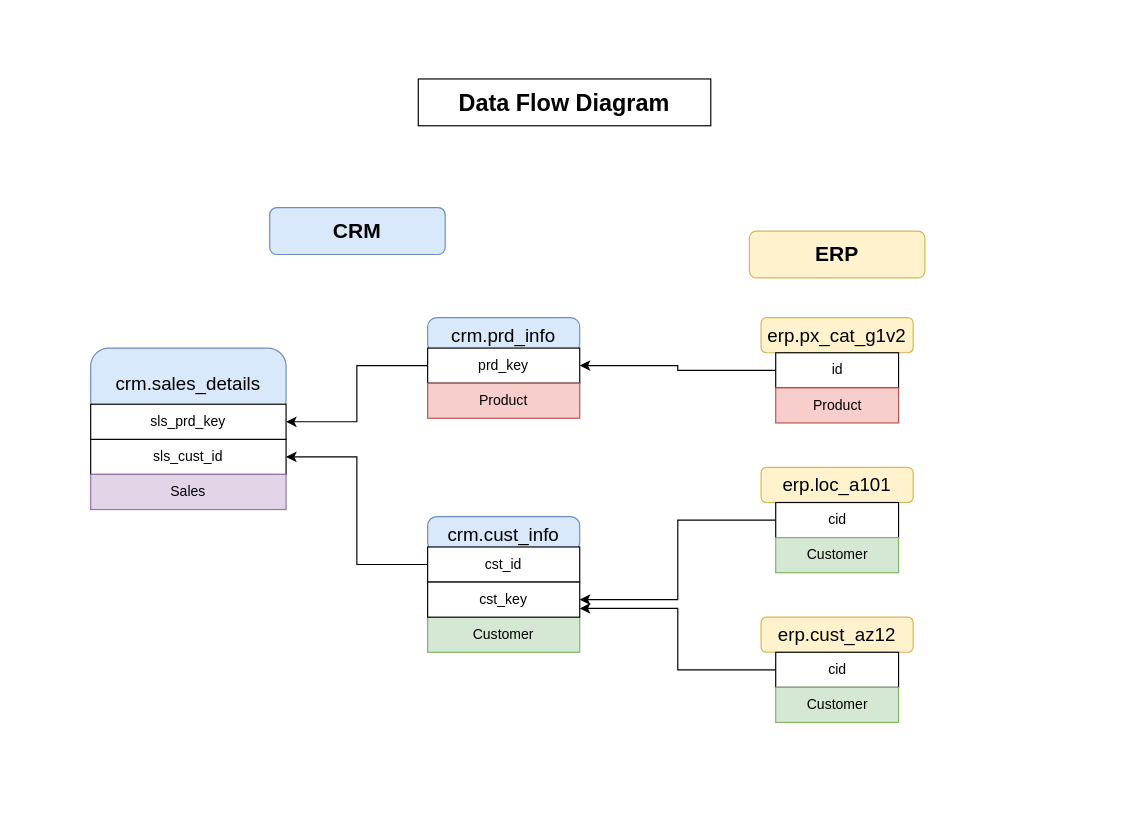
This is docs/Data Integration.drawio from Prabh-2004/sql-data-warehouse-project, a draw.io file, before an edit. Source tidied: cells renumbered, new cells numbered last; positions are measured from the earlier drawing's top-left corner, leaving out a move shared by most shapes. Both pictures are drawn from the tidied source at 117%, with x=0, y=0 at pixel (90, 78).
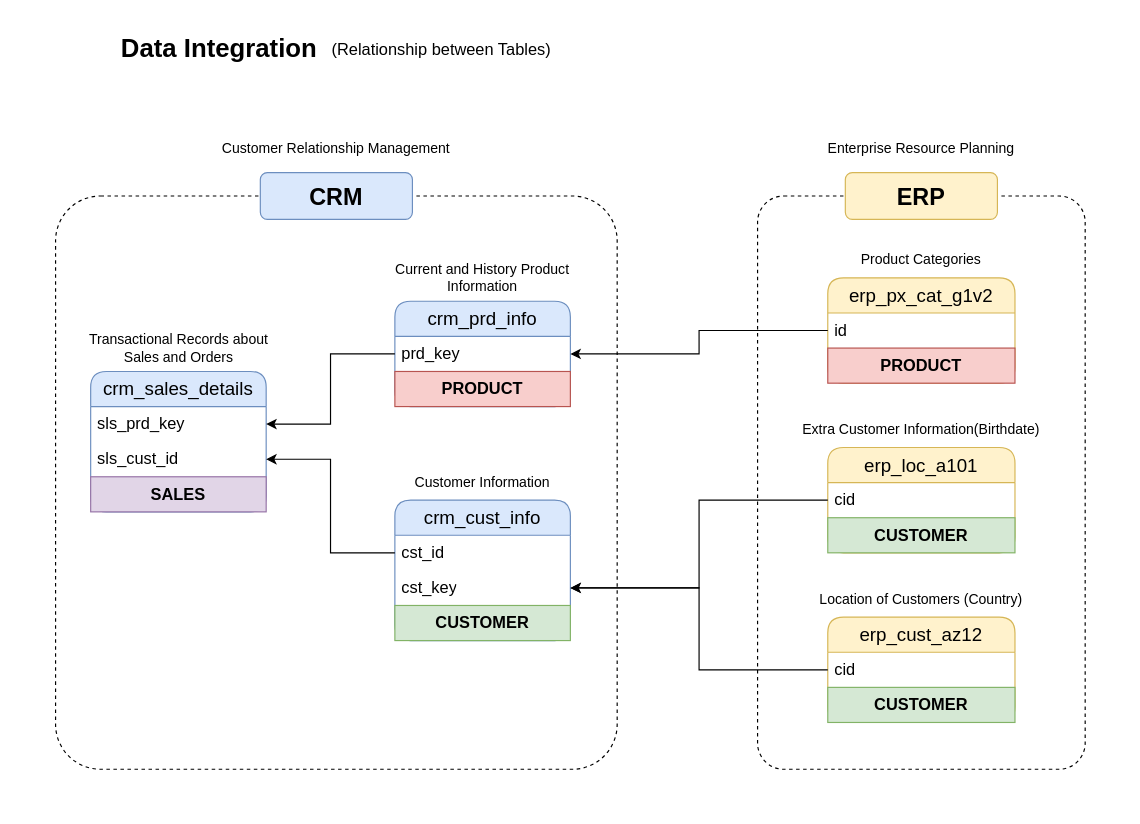
Above is the later version.

The edit, as a diff of the source:
```diff
@@
-    <mxCell id="2" value="Data Flow Diagram" style="whiteSpace=wrap;html=1;fontSize=20;fontStyle=1;fontColor=default;labelBackgroundColor=none;textShadow=0;fontFamily=Helvetica;gradientColor=none;gradientDirection=east;" parent="1" vertex="1">
-      <mxGeometry x="280" width="250" height="40" as="geometry" />
+    <mxCell id="2" value="Data Integration" style="whiteSpace=wrap;html=1;fontSize=22;fontStyle=1;fontColor=default;labelBackgroundColor=none;textShadow=0;fontFamily=Helvetica;gradientColor=none;gradientDirection=east;fillColor=none;strokeColor=none;" parent="1" vertex="1">
+      <mxGeometry y="-45" width="220" height="40" as="geometry" />
     </mxCell>
-    <mxCell id="3" value="crm.sales_details" style="rounded=1;whiteSpace=wrap;html=1;fontSize=16;fillColor=#dae8fc;strokeColor=#6c8ebf;fillStyle=auto;arcSize=26;" parent="1" vertex="1">
-      <mxGeometry y="230" width="167" height="60" as="geometry" />
-    </mxCell>
-    <mxCell id="4" style="edgeStyle=orthogonalEdgeStyle;rounded=0;jettySize=auto;html=1;" parent="1" edge="1" source="5" target="6">
-      <mxGeometry relative="1" as="geometry" />
-    </mxCell>
+    <mxCell id="31" value="crm_sales_details" style="swimlane;fontStyle=0;horizontal=1;startSize=30;whiteSpace=wrap;html=1;rounded=1;fontSize=16;fillColor=#dae8fc;strokeColor=#6c8ebf;" parent="1" vertex="1">
+      <mxGeometry y="250" width="150" height="120" as="geometry" />
+    </mxCell>
+    <mxCell id="6" value="sls_prd_key" style="text;strokeColor=none;fillColor=none;align=left;verticalAlign=middle;spacingLeft=4;spacingRight=4;overflow=hidden;points=[[0,0.5],[1,0.5]];portConstraint=eastwest;whiteSpace=wrap;html=1;fontSize=14;" parent="31" vertex="1">
+      <mxGeometry y="30" width="150" height="30" as="geometry" />
+    </mxCell>
-    <mxCell id="5" value="sls_cust_id" style="rounded=1;whiteSpace=wrap;html=1;arcSize=0;align=center;" parent="1" vertex="1">
-      <mxGeometry y="308" width="167" height="30" as="geometry" />
+    <mxCell id="5" value="sls_cust_id" style="text;strokeColor=none;fillColor=none;align=left;verticalAlign=middle;spacingLeft=4;spacingRight=4;overflow=hidden;points=[[0,0.5],[1,0.5]];portConstraint=eastwest;whiteSpace=wrap;html=1;fontSize=14;" parent="31" vertex="1">
+      <mxGeometry y="60" width="150" height="30" as="geometry" />
     </mxCell>
-    <mxCell id="6" value="sls_prd_key" style="whiteSpace=wrap;html=1;rounded=1;arcSize=0;" parent="1" vertex="1">
-      <mxGeometry y="278" width="167" height="30" as="geometry" />
-    </mxCell>
-    <mxCell id="7" value="crm.prd_info" style="rounded=1;whiteSpace=wrap;html=1;fontSize=16;fillColor=#dae8fc;strokeColor=#6c8ebf;arcSize=26;" parent="1" vertex="1">
-      <mxGeometry x="288" y="204" width="130" height="30" as="geometry" />
-    </mxCell>
+    <mxCell id="22" value="&lt;font&gt;&lt;span&gt;SALES&lt;/span&gt;&lt;/font&gt;" style="rounded=0;whiteSpace=wrap;html=1;fillColor=#e1d5e7;strokeColor=#9673a6;fontSize=14;fontStyle=1;" parent="31" vertex="1">
+      <mxGeometry y="90" width="150" height="30" as="geometry" />
+    </mxCell>
+    <mxCell id="32" value="crm_prd_info" style="swimlane;fontStyle=0;horizontal=1;startSize=30;whiteSpace=wrap;html=1;rounded=1;fontSize=16;fillColor=#dae8fc;strokeColor=#6c8ebf;" parent="1" vertex="1">
+      <mxGeometry x="260" y="190" width="150" height="90" as="geometry" />
+    </mxCell>
+    <mxCell id="9" value="prd_key" style="text;strokeColor=none;fillColor=none;align=left;verticalAlign=middle;spacingLeft=4;spacingRight=4;overflow=hidden;points=[[0,0.5],[1,0.5]];portConstraint=eastwest;whiteSpace=wrap;html=1;fontSize=14;" parent="32" vertex="1">
+      <mxGeometry y="30" width="150" height="30" as="geometry" />
+    </mxCell>
+    <mxCell id="33" value="&lt;font style=&quot;font-size: 14px;&quot;&gt;PRODUCT&lt;/font&gt;" style="rounded=0;whiteSpace=wrap;html=1;fillColor=#f8cecc;strokeColor=#b85450;fontStyle=1;" parent="32" vertex="1">
+      <mxGeometry y="60" width="150" height="30" as="geometry" />
+    </mxCell>
+    <mxCell id="34" value="crm_cust_info" style="swimlane;fontStyle=0;horizontal=1;startSize=30;whiteSpace=wrap;html=1;rounded=1;fontSize=16;fillColor=#dae8fc;strokeColor=#6c8ebf;" parent="1" vertex="1">
+      <mxGeometry x="260" y="360" width="150" height="120" as="geometry" />
+    </mxCell>
+    <mxCell id="25" value="cst_id" style="text;strokeColor=none;fillColor=none;align=left;verticalAlign=middle;spacingLeft=4;spacingRight=4;overflow=hidden;points=[[0,0.5],[1,0.5]];portConstraint=eastwest;whiteSpace=wrap;html=1;fontSize=14;" parent="34" vertex="1">
+      <mxGeometry y="30" width="150" height="30" as="geometry" />
+    </mxCell>
+    <mxCell id="27" value="cst_key" style="text;strokeColor=none;fillColor=none;align=left;verticalAlign=middle;spacingLeft=4;spacingRight=4;overflow=hidden;points=[[0,0.5],[1,0.5]];portConstraint=eastwest;whiteSpace=wrap;html=1;fontSize=14;" parent="34" vertex="1">
+      <mxGeometry y="60" width="150" height="30" as="geometry" />
+    </mxCell>
+    <mxCell id="35" value="&lt;font style=&quot;font-size: 14px;&quot;&gt;&lt;b style=&quot;&quot;&gt;CUSTOMER&lt;/b&gt;&lt;/font&gt;" style="rounded=0;whiteSpace=wrap;html=1;fillColor=#d5e8d4;strokeColor=#82b366;" parent="34" vertex="1">
+      <mxGeometry y="90" width="150" height="30" as="geometry" />
+    </mxCell>
+    <mxCell id="36" value="erp_px_cat_g1v2" style="swimlane;fontStyle=0;horizontal=1;startSize=30;whiteSpace=wrap;html=1;rounded=1;fontSize=16;fillColor=#fff2cc;strokeColor=#d6b656;" parent="1" vertex="1">
+      <mxGeometry x="630" y="170" width="160" height="90" as="geometry" />
+    </mxCell>
+    <mxCell id="18" value="id" style="text;strokeColor=none;fillColor=none;align=left;verticalAlign=middle;spacingLeft=4;spacingRight=4;overflow=hidden;points=[[0,0.5],[1,0.5]];portConstraint=eastwest;whiteSpace=wrap;html=1;fontSize=14;" parent="36" vertex="1">
+      <mxGeometry y="30" width="160" height="30" as="geometry" />
+    </mxCell>
+    <mxCell id="37" value="&lt;font style=&quot;font-size: 14px;&quot;&gt;PRODUCT&lt;/font&gt;" style="rounded=0;whiteSpace=wrap;html=1;fillColor=#f8cecc;strokeColor=#b85450;fontStyle=1;" parent="36" vertex="1">
+      <mxGeometry y="60" width="160" height="30" as="geometry" />
+    </mxCell>
+    <mxCell id="38" value="erp_loc_a101" style="swimlane;fontStyle=0;horizontal=1;startSize=30;whiteSpace=wrap;html=1;rounded=1;fontSize=16;fillColor=#fff2cc;strokeColor=#d6b656;" parent="1" vertex="1">
+      <mxGeometry x="630" y="315" width="160" height="90" as="geometry" />
+    </mxCell>
+    <mxCell id="39" value="cid" style="text;strokeColor=none;fillColor=none;align=left;verticalAlign=middle;spacingLeft=4;spacingRight=4;overflow=hidden;points=[[0,0.5],[1,0.5]];portConstraint=eastwest;whiteSpace=wrap;html=1;fontSize=14;" parent="38" vertex="1">
+      <mxGeometry y="30" width="160" height="30" as="geometry" />
+    </mxCell>
+    <mxCell id="40" value="&lt;font style=&quot;font-size: 14px;&quot;&gt;CUSTOMER&lt;/font&gt;" style="rounded=0;whiteSpace=wrap;html=1;fillColor=#d5e8d4;strokeColor=#82b366;fontStyle=1;" parent="38" vertex="1">
+      <mxGeometry y="60" width="160" height="30" as="geometry" />
+    </mxCell>
+    <mxCell id="41" value="erp_cust_az12" style="swimlane;fontStyle=0;horizontal=1;startSize=30;whiteSpace=wrap;html=1;rounded=1;fontSize=16;fillColor=#fff2cc;strokeColor=#d6b656;" parent="1" vertex="1">
+      <mxGeometry x="630" y="460" width="160" height="90" as="geometry" />
+    </mxCell>
+    <mxCell id="42" value="cid" style="text;strokeColor=none;fillColor=none;align=left;verticalAlign=middle;spacingLeft=4;spacingRight=4;overflow=hidden;points=[[0,0.5],[1,0.5]];portConstraint=eastwest;whiteSpace=wrap;html=1;fontSize=14;" parent="41" vertex="1">
+      <mxGeometry y="30" width="160" height="30" as="geometry" />
+    </mxCell>
+    <mxCell id="43" value="&lt;font style=&quot;font-size: 14px;&quot;&gt;CUSTOMER&lt;/font&gt;" style="rounded=0;whiteSpace=wrap;html=1;fillColor=#d5e8d4;strokeColor=#82b366;fontStyle=1;" parent="41" vertex="1">
+      <mxGeometry y="60" width="160" height="30" as="geometry" />
+    </mxCell>
+    <mxCell id="44" style="edgeStyle=orthogonalEdgeStyle;rounded=0;jettySize=auto;html=1;entryX=1;entryY=0.5;entryDx=0;entryDy=0;" parent="1" edge="1" source="18" target="32">
+      <mxGeometry relative="1" as="geometry" />
+    </mxCell>
@@
-    <mxCell id="9" value="prd_key" style="rounded=1;whiteSpace=wrap;html=1;arcSize=0;align=center;" parent="1" vertex="1">
-      <mxGeometry x="288" y="230" width="130" height="30" as="geometry" />
-    </mxCell>
-    <mxCell id="10" value="erp.cust_az12" style="rounded=1;whiteSpace=wrap;html=1;fontSize=16;fillColor=#fff2cc;strokeColor=#d6b656;" parent="1" vertex="1">
-      <mxGeometry x="573" y="460" width="130" height="30" as="geometry" />
-    </mxCell>
-    <mxCell id="11" style="edgeStyle=orthogonalEdgeStyle;rounded=0;jettySize=auto;html=1;entryX=1;entryY=0.75;entryDx=0;entryDy=0;" parent="1" edge="1" source="12" target="27">
-      <mxGeometry relative="1" as="geometry" />
-    </mxCell>
-    <mxCell id="12" value="cid" style="rounded=1;whiteSpace=wrap;html=1;arcSize=0;align=center;" parent="1" vertex="1">
-      <mxGeometry x="585.5" y="490" width="105" height="30" as="geometry" />
-    </mxCell>
-    <mxCell id="13" value="erp.loc_a101" style="rounded=1;whiteSpace=wrap;html=1;fontSize=16;fillColor=#fff2cc;strokeColor=#d6b656;" parent="1" vertex="1">
-      <mxGeometry x="573" y="332" width="130" height="30" as="geometry" />
-    </mxCell>
-    <mxCell id="14" style="edgeStyle=orthogonalEdgeStyle;rounded=0;jettySize=auto;html=1;entryX=1;entryY=0.5;entryDx=0;entryDy=0;" parent="1" edge="1" source="15" target="27">
-      <mxGeometry relative="1" as="geometry" />
-    </mxCell>
-    <mxCell id="15" value="cid" style="rounded=1;whiteSpace=wrap;html=1;arcSize=0;align=center;" parent="1" vertex="1">
-      <mxGeometry x="585.5" y="362" width="105" height="30" as="geometry" />
-    </mxCell>
-    <mxCell id="16" value="erp.px_cat_g1v2" style="rounded=1;whiteSpace=wrap;html=1;fontSize=16;fillColor=#fff2cc;strokeColor=#d6b656;" parent="1" vertex="1">
-      <mxGeometry x="573" y="204" width="130" height="30" as="geometry" />
-    </mxCell>
-    <mxCell id="17" style="edgeStyle=orthogonalEdgeStyle;rounded=0;jettySize=auto;html=1;entryX=1;entryY=0.5;entryDx=0;entryDy=0;" parent="1" edge="1" source="18" target="9">
-      <mxGeometry relative="1" as="geometry" />
-    </mxCell>
-    <mxCell id="18" value="id" style="rounded=1;whiteSpace=wrap;html=1;arcSize=0;align=center;" parent="1" vertex="1">
-      <mxGeometry x="585.5" y="234" width="105" height="30" as="geometry" />
-    </mxCell>
+    <mxCell id="24" style="edgeStyle=orthogonalEdgeStyle;rounded=0;jettySize=auto;html=1;entryX=1;entryY=0.5;entryDx=0;entryDy=0;" parent="1" edge="1" source="25" target="5">
+      <mxGeometry relative="1" as="geometry" />
+    </mxCell>
+    <mxCell id="45" style="edgeStyle=orthogonalEdgeStyle;rounded=0;jettySize=auto;html=1;entryX=1;entryY=0.5;entryDx=0;entryDy=0;" parent="1" edge="1" source="39" target="27">
+      <mxGeometry relative="1" as="geometry" />
+    </mxCell>
+    <mxCell id="46" style="edgeStyle=orthogonalEdgeStyle;rounded=0;jettySize=auto;html=1;entryX=1;entryY=0.5;entryDx=0;entryDy=0;" parent="1" edge="1" source="42" target="27">
+      <mxGeometry relative="1" as="geometry" />
+    </mxCell>
+    <mxCell id="47" style="rounded=1;whiteSpace=wrap;html=1;fillColor=none;dashed=1;arcSize=8;" parent="1" vertex="1">
+      <mxGeometry x="-30" y="100" width="480" height="490" as="geometry" />
+    </mxCell>
-    <mxCell id="19" value="CRM" style="rounded=1;whiteSpace=wrap;html=1;fontSize=18;fontStyle=1;fillColor=#dae8fc;strokeColor=#6c8ebf;" parent="1" vertex="1">
-      <mxGeometry x="153" y="110" width="150" height="40" as="geometry" />
+    <mxCell id="19" value="CRM" style="rounded=1;whiteSpace=wrap;html=1;fillColor=#dae8fc;strokeColor=#6c8ebf;fontSize=20;fontStyle=1;" parent="1" vertex="1">
+      <mxGeometry x="145" y="80" width="130" height="40" as="geometry" />
     </mxCell>
+    <mxCell id="48" value="(Relationship between Tables)" style="rounded=0;whiteSpace=wrap;html=1;fillColor=none;strokeColor=none;fontSize=14;" parent="1" vertex="1">
+      <mxGeometry x="200" y="-50" width="200" height="50" as="geometry" />
+    </mxCell>
+    <mxCell id="49" value="Customer Relationship Management" style="rounded=0;whiteSpace=wrap;html=1;fillColor=none;strokeColor=none;" parent="1" vertex="1">
+      <mxGeometry x="110" y="50" width="200" height="20" as="geometry" />
+    </mxCell>
+    <mxCell id="50" value="Enterprise Resource Planning" style="rounded=0;whiteSpace=wrap;html=1;fillColor=none;strokeColor=none;" parent="1" vertex="1">
+      <mxGeometry x="610" y="50" width="200" height="20" as="geometry" />
+    </mxCell>
+    <mxCell id="51" value="Transactional Records about Sales and Orders" style="rounded=0;whiteSpace=wrap;html=1;fillColor=none;strokeColor=none;fontSize=12;" parent="1" vertex="1">
+      <mxGeometry x="-17.5" y="220" width="185" height="20" as="geometry" />
+    </mxCell>
+    <mxCell id="52" value="Current and History Product Information" style="rounded=0;whiteSpace=wrap;html=1;fillColor=none;strokeColor=none;" parent="1" vertex="1">
+      <mxGeometry x="230" y="160" width="210" height="20" as="geometry" />
+    </mxCell>
+    <mxCell id="53" value="Customer Information" style="rounded=0;whiteSpace=wrap;html=1;fillColor=none;strokeColor=none;" parent="1" vertex="1">
+      <mxGeometry x="230" y="330" width="210" height="30" as="geometry" />
+    </mxCell>
+    <mxCell id="54" style="rounded=1;whiteSpace=wrap;html=1;fillColor=none;dashed=1;arcSize=8;glass=0;" parent="1" vertex="1">
+      <mxGeometry x="570" y="100" width="280" height="490" as="geometry" />
+    </mxCell>
-    <mxCell id="20" value="ERP" style="rounded=1;whiteSpace=wrap;html=1;fontSize=18;fontStyle=1;fillColor=#fff2cc;strokeColor=#d6b656;" parent="1" vertex="1">
-      <mxGeometry x="563" y="130" width="150" height="40" as="geometry" />
+    <mxCell id="20" value="ERP" style="rounded=1;whiteSpace=wrap;html=1;fillColor=#fff2cc;strokeColor=#d6b656;fontSize=20;fontStyle=1;" parent="1" vertex="1">
+      <mxGeometry x="645" y="80" width="130" height="40" as="geometry" />
     </mxCell>
-    <mxCell id="21" value="Product" style="rounded=0;whiteSpace=wrap;html=1;fillColor=#f8cecc;strokeColor=#b85450;" parent="1" vertex="1">
-      <mxGeometry x="288" y="260" width="130" height="30" as="geometry" />
-    </mxCell>
-    <mxCell id="22" value="Sales" style="rounded=0;whiteSpace=wrap;html=1;fillColor=#e1d5e7;strokeColor=#9673a6;" parent="1" vertex="1">
-      <mxGeometry y="338" width="167" height="30" as="geometry" />
-    </mxCell>
-    <mxCell id="23" value="crm.cust_info" style="rounded=1;whiteSpace=wrap;html=1;fontSize=16;fillColor=#dae8fc;strokeColor=#6c8ebf;arcSize=26;" parent="1" vertex="1">
-      <mxGeometry x="288" y="374" width="130" height="30" as="geometry" />
-    </mxCell>
-    <mxCell id="24" style="edgeStyle=orthogonalEdgeStyle;rounded=0;jettySize=auto;html=1;entryX=1;entryY=0.5;entryDx=0;entryDy=0;" parent="1" edge="1" source="25" target="5">
-      <mxGeometry relative="1" as="geometry" />
-    </mxCell>
-    <mxCell id="25" value="cst_id" style="rounded=1;whiteSpace=wrap;html=1;arcSize=0;align=center;" parent="1" vertex="1">
-      <mxGeometry x="288" y="400" width="130" height="30" as="geometry" />
-    </mxCell>
-    <mxCell id="26" value="Customer" style="rounded=0;whiteSpace=wrap;html=1;fillColor=#d5e8d4;strokeColor=#82b366;" parent="1" vertex="1">
-      <mxGeometry x="288" y="460" width="130" height="30" as="geometry" />
-    </mxCell>
-    <mxCell id="27" value="cst_key" style="rounded=1;whiteSpace=wrap;html=1;arcSize=0;align=center;" parent="1" vertex="1">
-      <mxGeometry x="288" y="430" width="130" height="30" as="geometry" />
-    </mxCell>
-    <mxCell id="28" value="Product" style="rounded=0;whiteSpace=wrap;html=1;fillColor=#f8cecc;strokeColor=#b85450;" parent="1" vertex="1">
-      <mxGeometry x="585.5" y="264" width="105" height="30" as="geometry" />
-    </mxCell>
-    <mxCell id="29" value="Customer" style="rounded=0;whiteSpace=wrap;html=1;fillColor=#d5e8d4;strokeColor=#82b366;" parent="1" vertex="1">
-      <mxGeometry x="585.5" y="392" width="105" height="30" as="geometry" />
-    </mxCell>
-    <mxCell id="30" value="Customer" style="rounded=0;whiteSpace=wrap;html=1;fillColor=#d5e8d4;strokeColor=#82b366;" parent="1" vertex="1">
-      <mxGeometry x="585.5" y="520" width="105" height="30" as="geometry" />
-    </mxCell>
+    <mxCell id="55" value="Product Categories" style="rounded=0;whiteSpace=wrap;html=1;fillColor=none;strokeColor=none;" parent="1" vertex="1">
+      <mxGeometry x="605" y="140" width="210" height="30" as="geometry" />
+    </mxCell>
+    <mxCell id="56" value="Extra Customer Information(Birthdate)" style="rounded=0;whiteSpace=wrap;html=1;fillColor=none;strokeColor=none;" parent="1" vertex="1">
+      <mxGeometry x="605" y="285" width="210" height="30" as="geometry" />
+    </mxCell>
+    <mxCell id="57" value="Location of Customers (Country)" style="rounded=0;whiteSpace=wrap;html=1;fillColor=none;strokeColor=none;" parent="1" vertex="1">
+      <mxGeometry x="605" y="430" width="210" height="30" as="geometry" />
+    </mxCell>
+    <mxCell id="58" style="rounded=0;whiteSpace=wrap;html=1;fillColor=none;strokeColor=none;" parent="1" vertex="1">
+      <mxGeometry x="-60" y="30" width="940" height="590" as="geometry" />
+    </mxCell>
```
